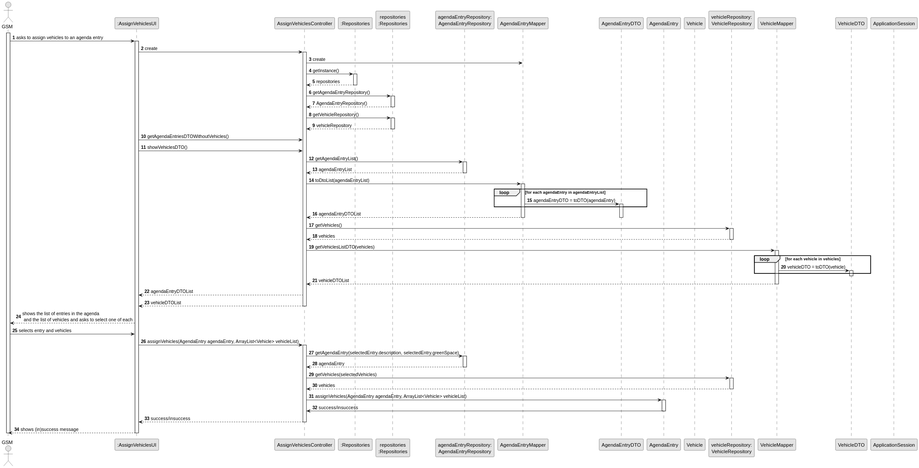
Earlier version of the PlantUML export docs/sprintC/us026/03.design/svg/us026-sequence-diagram-full-0.svg (Departamento-de-Engenharia-Informatica/lei-24-s2-1do-g164).
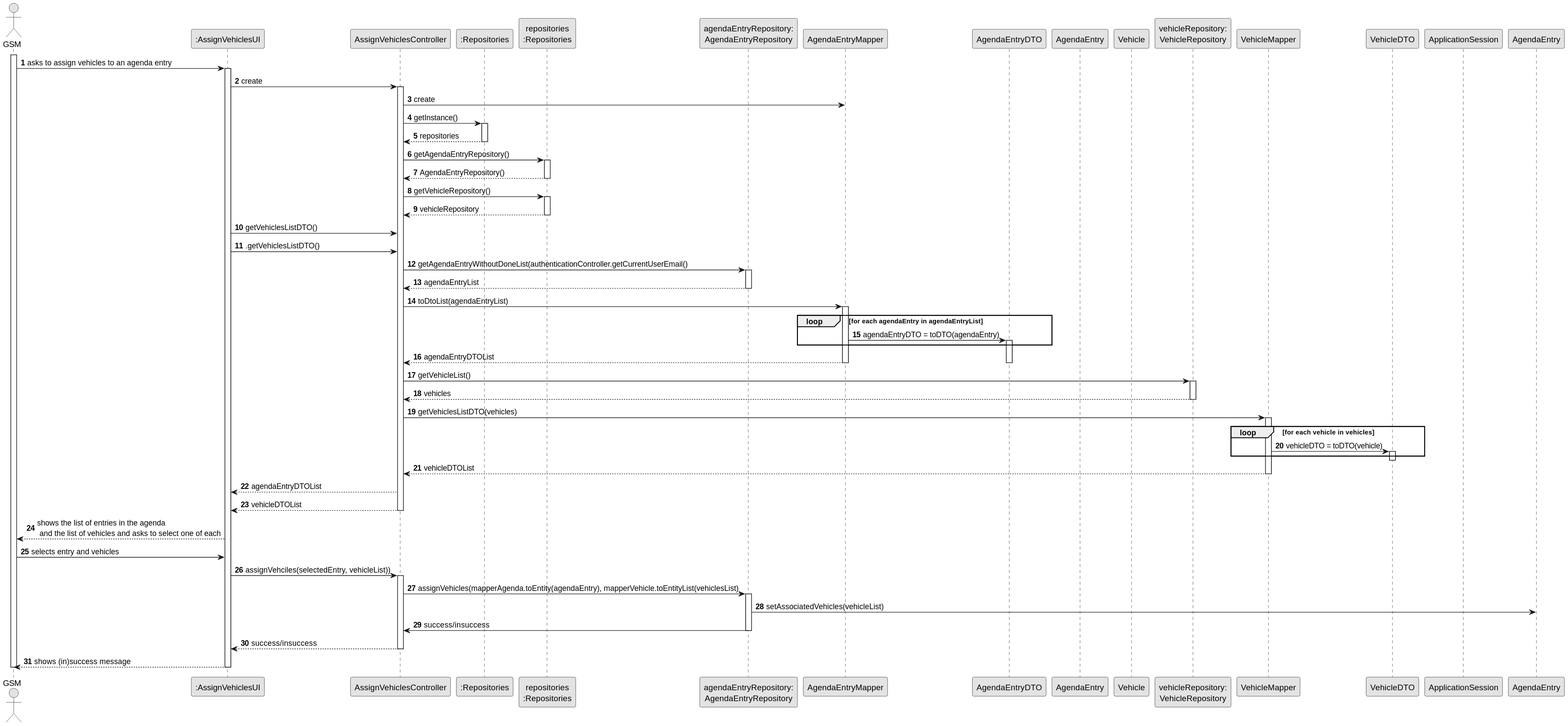
After the commit.

Change to the diagram source:
```diff
@@ -45,10 +45,10 @@
 plat --> ctrl: vehicleRepository
 deactivate plat
 
-ui -> ctrl : getAgendaEntriesDTOWithoutVehicles()
-ui -> ctrl : showVehiclesDTO()
+ui -> ctrl : getVehiclesListDTO()
+ui -> ctrl : .getVehiclesListDTO()
 
-ctrl -> agendaRepo : getAgendaEntryList()
+ctrl -> agendaRepo : getAgendaEntryWithoutDoneList(authenticationController.getCurrentUserEmail()
 activate agendaRepo
 agendaRepo --> ctrl: agendaEntryList
 deactivate agendaRepo
@@ -67,7 +67,7 @@
 deactivate agendaMapper
 deactivate AgendaEntryDTO
 
-ctrl -> vehicleRepo : getVehicles()
+ctrl -> vehicleRepo : getVehicleList()
 activate vehicleRepo
 vehicleRepo --> ctrl: vehicles
 deactivate vehicleRepo
@@ -90,22 +90,16 @@
 
 GSM -> ui : selects entry and vehicles
 
-ui -> ctrl : assignVehicles(AgendaEntry agendaEntry, ArrayList<Vehicle> vehicleList)
+ui -> ctrl : assignVehciles(selectedEntry, vehicleList))
 activate ctrl
 
-ctrl -> agendaRepo : getAgendaEntry(selectedEntry.description, selectedEntry.greenSpace)
+ctrl -> agendaRepo : assignVehicles(mapperAgenda.toEntity(agendaEntry), mapperVehicle.toEntityList(vehiclesList)
 activate agendaRepo
-agendaRepo --> ctrl : agendaEntry
+
+agendaRepo -> "AgendaEntry": setAssociatedVehicles(vehicleList)
+
+agendaRepo -> ctrl: success/insuccess
 deactivate agendaRepo
-
-ctrl -> vehicleRepo : getVehicles(selectedVehicles)
-activate vehicleRepo
-vehicleRepo --> ctrl : vehicles
-deactivate vehicleRepo
-
-ctrl -> agendaEntry : assignVehicles(AgendaEntry agendaEntry, ArrayList<Vehicle> vehicleList)
-activate agendaEntry
-agendaEntry -> ctrl: success/insuccess
 deactivate agendaEntry
 
 ctrl --> ui : success/insuccess
```
